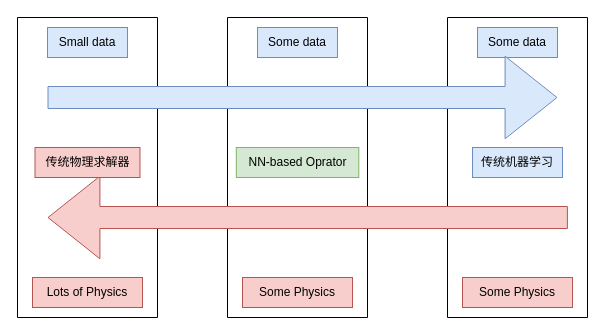
The draw.io diagram 数据物理.drawio in 5huanghuai/Diagram, before the edit. Source tidied: cells renumbered, new cells numbered last; positions are measured from the earlier drawing's top-left corner, leaving out a move shared by most shapes. Both pictures are drawn from the tidied source at 100%, with x=0, y=0 at pixel (17, 17).
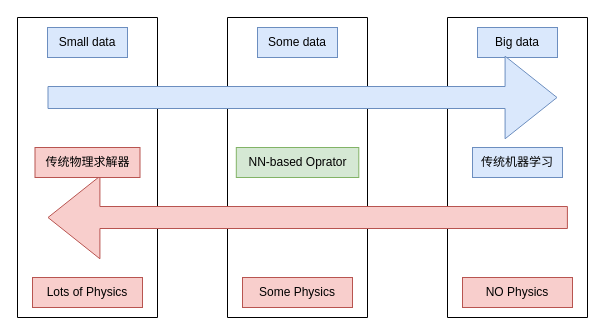
The same diagram, later.

Commit message (it also covers changes not shown here):
更新数据物理.drawio

The edit, as a diff of the source:
```diff
@@
 <mxGraphModel>
   <root>
     <mxCell id="0" />
     <mxCell id="1" parent="0" />
     <mxCell id="2" style="verticalLabelPosition=bottom;verticalAlign=top;html=1;shape=mxgraph.basic.rect;fillColor2=none;strokeWidth=1;size=20;indent=5;" parent="1" vertex="1">
       <mxGeometry x="430" width="140" height="300" as="geometry" />
     </mxCell>
-    <mxCell id="3" value="Some data" style="text;html=1;strokeColor=#6c8ebf;fillColor=#dae8fc;align=center;verticalAlign=middle;whiteSpace=wrap;rounded=0;" parent="1" vertex="1">
+    <mxCell id="3" value="Big data" style="text;html=1;strokeColor=#6c8ebf;fillColor=#dae8fc;align=center;verticalAlign=middle;whiteSpace=wrap;rounded=0;" parent="1" vertex="1">
       <mxGeometry x="460" y="10" width="80" height="30" as="geometry" />
     </mxCell>
-    <mxCell id="4" value="Some Physics" style="text;html=1;strokeColor=#b85450;fillColor=#f8cecc;align=center;verticalAlign=middle;whiteSpace=wrap;rounded=0;" parent="1" vertex="1">
+    <mxCell id="4" value="NO Physics" style="text;html=1;strokeColor=#b85450;fillColor=#f8cecc;align=center;verticalAlign=middle;whiteSpace=wrap;rounded=0;" parent="1" vertex="1">
       <mxGeometry x="445" y="260" width="110" height="30" as="geometry" />
     </mxCell>
     <mxCell id="5" style="verticalLabelPosition=bottom;verticalAlign=top;html=1;shape=mxgraph.basic.rect;fillColor2=none;strokeWidth=1;size=20;indent=5;" parent="1" vertex="1">
       <mxGeometry x="210" width="140" height="300" as="geometry" />
     </mxCell>
     <mxCell id="6" value="Some data" style="text;html=1;strokeColor=#6c8ebf;fillColor=#dae8fc;align=center;verticalAlign=middle;whiteSpace=wrap;rounded=0;" parent="1" vertex="1">
       <mxGeometry x="240" y="10" width="80" height="30" as="geometry" />
     </mxCell>
     <mxCell id="7" value="Some Physics" style="text;html=1;strokeColor=#b85450;fillColor=#f8cecc;align=center;verticalAlign=middle;whiteSpace=wrap;rounded=0;" parent="1" vertex="1">
       <mxGeometry x="225" y="260" width="110" height="30" as="geometry" />
     </mxCell>
     <mxCell id="8" style="verticalLabelPosition=bottom;verticalAlign=top;html=1;shape=mxgraph.basic.rect;fillColor2=none;strokeWidth=1;size=20;indent=5;" parent="1" vertex="1">
       <mxGeometry width="140" height="300" as="geometry" />
     </mxCell>
     <mxCell id="9" style="shape=flexArrow;endArrow=classic;html=1;rounded=0;width=22;endSize=16.972;endWidth=59.6;fillColor=#dae8fc;strokeColor=#6c8ebf;" parent="1" edge="1">
       <mxGeometry relative="1" as="geometry">
         <mxPoint x="30" y="80" as="sourcePoint" />
         <mxPoint x="540" y="80" as="targetPoint" />
       </mxGeometry>
     </mxCell>
     <mxCell id="10" style="shape=flexArrow;endArrow=classic;html=1;rounded=0;width=22;endSize=16.972;endWidth=59.6;fillColor=#f8cecc;strokeColor=#b85450;" parent="1" edge="1">
       <mxGeometry relative="1" as="geometry">
         <mxPoint x="550.4" y="200" as="sourcePoint" />
         <mxPoint x="30" y="200" as="targetPoint" />
       </mxGeometry>
     </mxCell>
     <mxCell id="11" value="Small data" style="text;html=1;strokeColor=#6c8ebf;fillColor=#dae8fc;align=center;verticalAlign=middle;whiteSpace=wrap;rounded=0;" parent="1" vertex="1">
       <mxGeometry x="30" y="10" width="80" height="30" as="geometry" />
     </mxCell>
     <mxCell id="12" value="Lots of Physics" style="text;html=1;strokeColor=#b85450;fillColor=#f8cecc;align=center;verticalAlign=middle;whiteSpace=wrap;rounded=0;" parent="1" vertex="1">
       <mxGeometry x="15" y="260" width="110" height="30" as="geometry" />
     </mxCell>
     <mxCell id="13" value="传统机器学习" style="text;html=1;strokeColor=#6c8ebf;fillColor=#dae8fc;align=center;verticalAlign=middle;whiteSpace=wrap;rounded=0;" parent="1" vertex="1">
       <mxGeometry x="455" y="130" width="90" height="30" as="geometry" />
     </mxCell>
     <mxCell id="14" value="传统物理求解器" style="text;html=1;strokeColor=#b85450;fillColor=#f8cecc;align=center;verticalAlign=middle;whiteSpace=wrap;rounded=0;" parent="1" vertex="1">
       <mxGeometry x="17.5" y="130" width="105" height="30" as="geometry" />
     </mxCell>
     <mxCell id="15" value="NN-based Oprator" style="text;html=1;strokeColor=#82b366;fillColor=#d5e8d4;align=center;verticalAlign=middle;whiteSpace=wrap;rounded=0;" parent="1" vertex="1">
       <mxGeometry x="218.8" y="130" width="122.5" height="30" as="geometry" />
     </mxCell>
   </root>
 </mxGraphModel>
```
